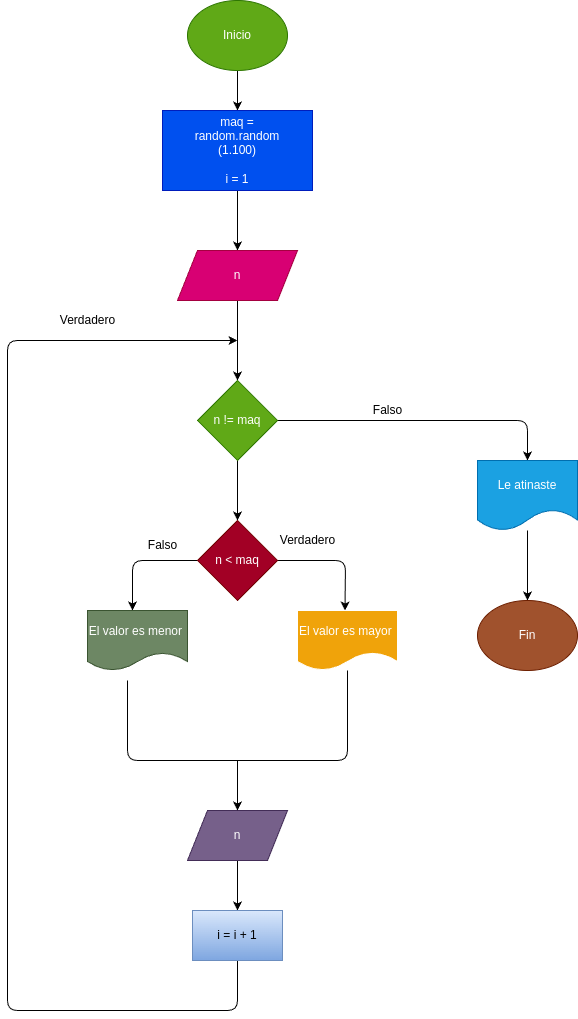
Above: diagrama.png in juanjo0824/While_3 (draw.io), before the change. Source tidied: cells renumbered, new cells last; positions are measured from the earlier drawing's top-left corner, leaving out a move shared by most shapes. Source of this version:
```xml
<mxGraphModel>
  <root>
    <mxCell id="0" />
    <mxCell id="1" parent="0" />
    <mxCell id="2" style="edgeStyle=none;html=1;" parent="1" edge="1" source="3" target="5">
      <mxGeometry relative="1" as="geometry" />
    </mxCell>
    <mxCell id="3" value="Inicio" style="ellipse;whiteSpace=wrap;html=1;fillColor=#60a917;fontColor=#ffffff;strokeColor=#2D7600;" parent="1" vertex="1">
      <mxGeometry x="180" width="100" height="70" as="geometry" />
    </mxCell>
    <mxCell id="4" style="edgeStyle=none;html=1;entryX=0.5;entryY=0;entryDx=0;entryDy=0;" parent="1" edge="1" source="5" target="7">
      <mxGeometry relative="1" as="geometry" />
    </mxCell>
    <mxCell id="5" value="maq =&lt;br&gt;random.random&lt;br&gt;(1.100)&lt;br&gt;&lt;br&gt;i = 1" style="rounded=0;whiteSpace=wrap;html=1;fillColor=#0050ef;fontColor=#ffffff;strokeColor=#001DBC;" parent="1" vertex="1">
      <mxGeometry x="155" y="110" width="150" height="80" as="geometry" />
    </mxCell>
    <mxCell id="6" style="edgeStyle=none;html=1;entryX=0.5;entryY=0;entryDx=0;entryDy=0;" parent="1" edge="1" source="7" target="10">
      <mxGeometry relative="1" as="geometry" />
    </mxCell>
    <mxCell id="7" value="n" style="shape=parallelogram;perimeter=parallelogramPerimeter;whiteSpace=wrap;html=1;fixedSize=1;fillColor=#d80073;fontColor=#ffffff;strokeColor=#A50040;" parent="1" vertex="1">
      <mxGeometry x="170" y="250" width="120" height="50" as="geometry" />
    </mxCell>
    <mxCell id="8" style="edgeStyle=none;html=1;entryX=0.5;entryY=0;entryDx=0;entryDy=0;" parent="1" edge="1" source="10" target="13">
      <mxGeometry relative="1" as="geometry" />
    </mxCell>
    <mxCell id="9" style="edgeStyle=none;html=1;entryX=0.5;entryY=0;entryDx=0;entryDy=0;" parent="1" edge="1" source="10" target="15">
      <mxGeometry relative="1" as="geometry">
        <Array as="points">
          <mxPoint x="520" y="420" />
        </Array>
      </mxGeometry>
    </mxCell>
    <mxCell id="10" value="n != maq" style="rhombus;whiteSpace=wrap;html=1;fillColor=#60a917;fontColor=#ffffff;strokeColor=#2D7600;" parent="1" vertex="1">
      <mxGeometry x="190" y="380" width="80" height="80" as="geometry" />
    </mxCell>
    <mxCell id="11" style="edgeStyle=none;html=1;entryX=0.5;entryY=0;entryDx=0;entryDy=0;" parent="1" edge="1" source="13">
      <mxGeometry relative="1" as="geometry">
        <mxPoint x="337.5" y="610" as="targetPoint" />
        <Array as="points">
          <mxPoint x="338" y="560" />
        </Array>
      </mxGeometry>
    </mxCell>
    <mxCell id="12" style="edgeStyle=none;html=1;entryX=0.5;entryY=0;entryDx=0;entryDy=0;" parent="1" edge="1" source="13">
      <mxGeometry relative="1" as="geometry">
        <mxPoint x="125" y="610" as="targetPoint" />
        <Array as="points">
          <mxPoint x="125" y="560" />
        </Array>
      </mxGeometry>
    </mxCell>
    <mxCell id="13" value="n &amp;lt; maq" style="rhombus;whiteSpace=wrap;html=1;fillColor=#a20025;fontColor=#ffffff;strokeColor=#6F0000;" parent="1" vertex="1">
      <mxGeometry x="190" y="520" width="80" height="80" as="geometry" />
    </mxCell>
    <mxCell id="14" style="edgeStyle=none;html=1;entryX=0.5;entryY=0;entryDx=0;entryDy=0;" parent="1" edge="1" source="15" target="17">
      <mxGeometry relative="1" as="geometry" />
    </mxCell>
    <mxCell id="15" value="Le atinaste" style="shape=document;whiteSpace=wrap;html=1;boundedLbl=1;fillColor=#1ba1e2;fontColor=#ffffff;strokeColor=#006EAF;" parent="1" vertex="1">
      <mxGeometry x="470" y="460" width="100" height="70" as="geometry" />
    </mxCell>
    <mxCell id="16" value="Falso" style="text;html=1;align=center;verticalAlign=middle;strokeColor=none;fillColor=none;" parent="1" vertex="1">
      <mxGeometry x="355" y="395" width="50" height="30" as="geometry" />
    </mxCell>
    <mxCell id="17" value="Fin" style="ellipse;whiteSpace=wrap;html=1;fillColor=#a0522d;fontColor=#ffffff;strokeColor=#6D1F00;" parent="1" vertex="1">
      <mxGeometry x="470" y="600" width="100" height="70" as="geometry" />
    </mxCell>
    <mxCell id="18" style="edgeStyle=none;html=1;entryX=0.5;entryY=0;entryDx=0;entryDy=0;" parent="1" edge="1" source="19" target="25">
      <mxGeometry relative="1" as="geometry" />
    </mxCell>
    <mxCell id="19" value="n" style="shape=parallelogram;perimeter=parallelogramPerimeter;whiteSpace=wrap;html=1;fixedSize=1;fillColor=#76608a;fontColor=#ffffff;strokeColor=#432D57;" parent="1" vertex="1">
      <mxGeometry x="180" y="810" width="100" height="50" as="geometry" />
    </mxCell>
    <mxCell id="20" value="El valor es menor&amp;nbsp;" style="shape=document;whiteSpace=wrap;html=1;boundedLbl=1;fillColor=#6d8764;fontColor=#ffffff;strokeColor=#3A5431;" parent="1" vertex="1">
      <mxGeometry x="80" y="610" width="100" height="60" as="geometry" />
    </mxCell>
    <mxCell id="21" value="&lt;font color=&quot;#ffffff&quot;&gt;El valor es mayor&amp;nbsp;&lt;/font&gt;" style="shape=document;whiteSpace=wrap;html=1;boundedLbl=1;fillColor=#f0a30a;fontColor=#000000;strokeColor=#FFFFFF;" parent="1" vertex="1">
      <mxGeometry x="290" y="610" width="100" height="60" as="geometry" />
    </mxCell>
    <mxCell id="22" style="endArrow=none;html=1;" parent="1" edge="1" target="21">
      <mxGeometry relative="1" as="geometry">
        <mxPoint x="120" y="680" as="sourcePoint" />
        <Array as="points">
          <mxPoint x="120" y="760" />
          <mxPoint x="240" y="760" />
          <mxPoint x="340" y="760" />
        </Array>
      </mxGeometry>
    </mxCell>
    <mxCell id="23" style="endArrow=classic;html=1;entryX=0.5;entryY=0;entryDx=0;entryDy=0;" parent="1" edge="1" target="19">
      <mxGeometry relative="1" as="geometry">
        <mxPoint x="230" y="760" as="sourcePoint" />
      </mxGeometry>
    </mxCell>
    <mxCell id="24" style="edgeStyle=none;html=1;" parent="1" edge="1" source="25">
      <mxGeometry relative="1" as="geometry">
        <mxPoint x="230" y="340" as="targetPoint" />
        <Array as="points">
          <mxPoint x="230" y="1010" />
          <mxPoint y="1010" />
          <mxPoint y="640" />
          <mxPoint y="340" />
        </Array>
      </mxGeometry>
    </mxCell>
    <mxCell id="25" value="i = i + 1" style="rounded=0;whiteSpace=wrap;html=1;fillColor=#dae8fc;gradientColor=#7ea6e0;strokeColor=#6c8ebf;" parent="1" vertex="1">
      <mxGeometry x="185" y="910" width="90" height="50" as="geometry" />
    </mxCell>
    <mxCell id="26" value="Verdadero" style="text;html=1;align=center;verticalAlign=middle;strokeColor=none;fillColor=none;" parent="1" vertex="1">
      <mxGeometry x="260" y="525" width="80" height="30" as="geometry" />
    </mxCell>
    <mxCell id="27" value="Falso" style="text;html=1;align=center;verticalAlign=middle;strokeColor=none;fillColor=none;" parent="1" vertex="1">
      <mxGeometry x="130" y="530" width="50" height="30" as="geometry" />
    </mxCell>
    <mxCell id="28" value="Verdadero" style="text;html=1;align=center;verticalAlign=middle;strokeColor=none;fillColor=none;" parent="1" vertex="1">
      <mxGeometry x="40" y="305" width="80" height="30" as="geometry" />
    </mxCell>
  </root>
</mxGraphModel>
```
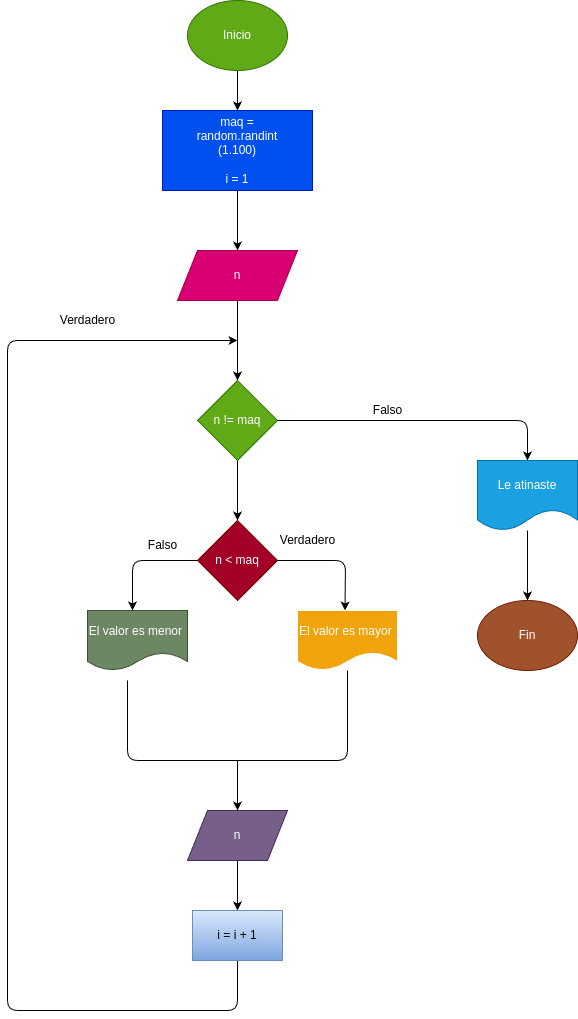
After the commit.

Change to the diagram source:
```diff
@@ -11,7 +11,7 @@
     <mxCell id="4" style="edgeStyle=none;html=1;entryX=0.5;entryY=0;entryDx=0;entryDy=0;" parent="1" edge="1" source="5" target="7">
       <mxGeometry relative="1" as="geometry" />
     </mxCell>
-    <mxCell id="5" value="maq =&lt;br&gt;random.random&lt;br&gt;(1.100)&lt;br&gt;&lt;br&gt;i = 1" style="rounded=0;whiteSpace=wrap;html=1;fillColor=#0050ef;fontColor=#ffffff;strokeColor=#001DBC;" parent="1" vertex="1">
+    <mxCell id="5" value="maq =&lt;br&gt;random.randint&lt;br&gt;(1.100)&lt;br&gt;&lt;br&gt;i = 1" style="rounded=0;whiteSpace=wrap;html=1;fillColor=#0050ef;fontColor=#ffffff;strokeColor=#001DBC;" parent="1" vertex="1">
       <mxGeometry x="155" y="110" width="150" height="80" as="geometry" />
     </mxCell>
     <mxCell id="6" style="edgeStyle=none;html=1;entryX=0.5;entryY=0;entryDx=0;entryDy=0;" parent="1" edge="1" source="7" target="10">
```
